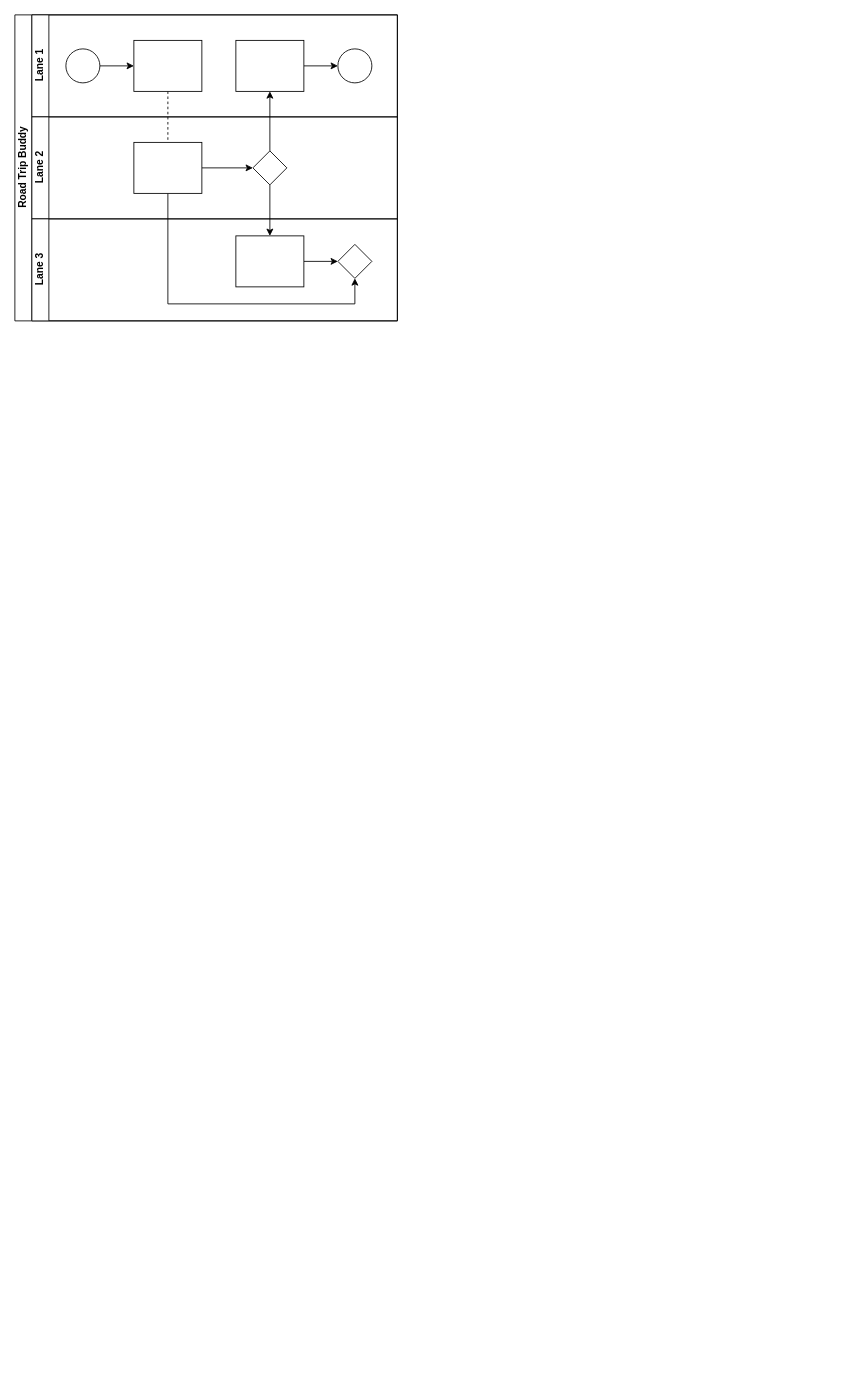
The draw.io diagram Road Trip Buddy v1.drawio in jak1212/RoadTripBuddy, before the edit. Source tidied: cells renumbered, new cells numbered last; positions are measured from the earlier drawing's top-left corner, leaving out a move shared by most shapes. Both pictures are drawn from the tidied source at 85%, with x=0, y=0 at pixel (14, 14).
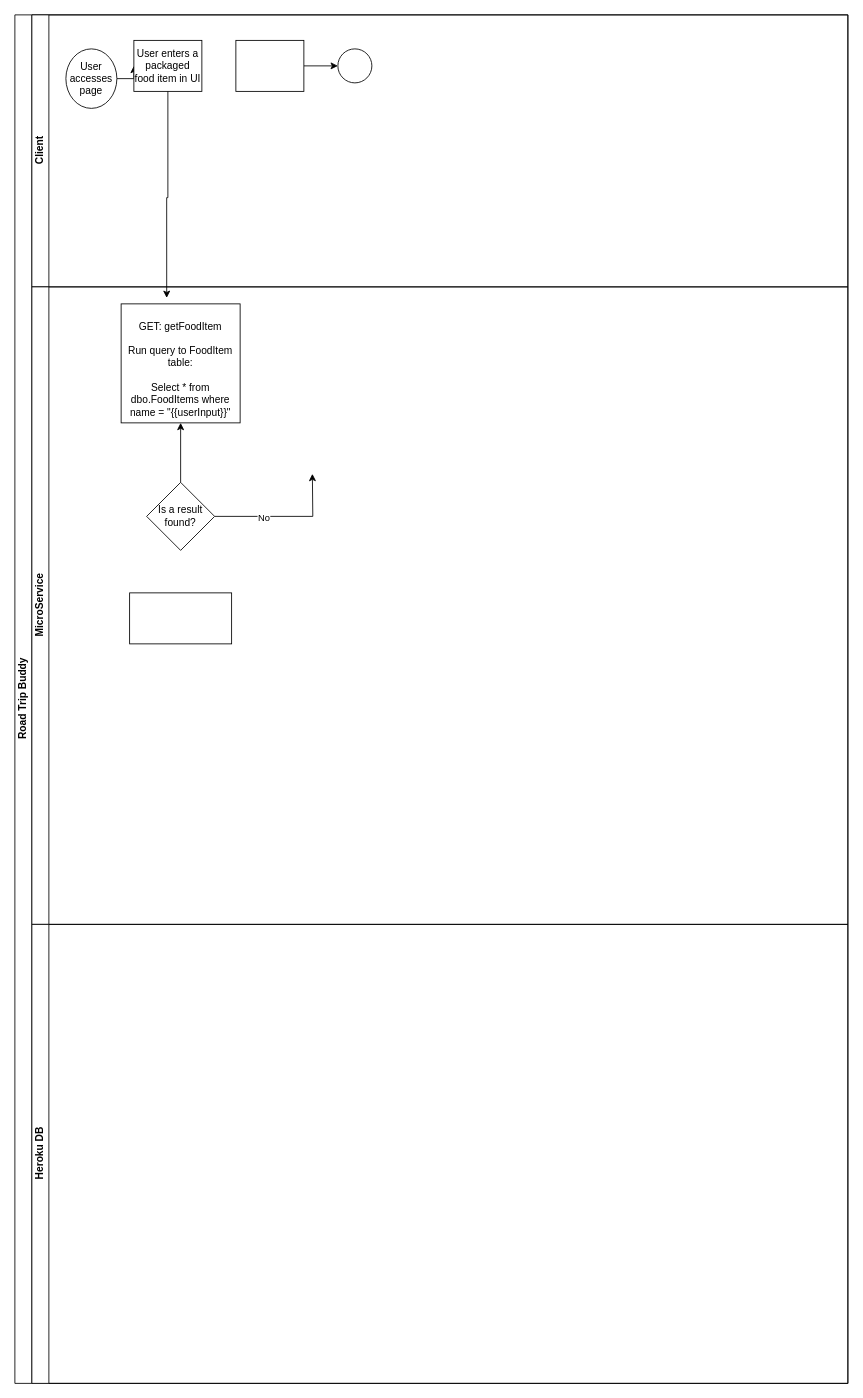
After the change.

Unchanged cells that the change refers to:
```xml
<mxCell id="12" style="rounded=0;whiteSpace=wrap;html=1;fontFamily=Helvetica;fontSize=12;fontColor=#000000;align=center;" parent="7" vertex="1">
  <mxGeometry x="240" y="30" width="80" height="60" as="geometry" />
</mxCell>
```

What changed in the source:
```diff
@@
     <mxCell id="2" value="Road Trip Buddy" style="swimlane;html=1;horizontal=0;startSize=20;" parent="1" vertex="1">
-      <mxGeometry width="450" height="360" as="geometry" />
+      <mxGeometry width="980" height="1610" as="geometry" />
     </mxCell>
-    <mxCell id="3" style="edgeStyle=orthogonalEdgeStyle;rounded=0;jettySize=auto;html=1;dashed=1;endArrow=none;endFill=0;" parent="2" edge="1" source="10" target="16">
-      <mxGeometry relative="1" as="geometry" />
-    </mxCell>
-    <mxCell id="4" style="edgeStyle=orthogonalEdgeStyle;rounded=0;jettySize=auto;html=1;endArrow=classic;endFill=1;" parent="2" edge="1" source="17" target="12">
-      <mxGeometry relative="1" as="geometry" />
-    </mxCell>
-    <mxCell id="5" style="edgeStyle=orthogonalEdgeStyle;rounded=0;jettySize=auto;html=1;endArrow=classic;endFill=1;" parent="2" edge="1" source="17" target="20">
-      <mxGeometry relative="1" as="geometry" />
-    </mxCell>
-    <mxCell id="6" style="edgeStyle=orthogonalEdgeStyle;rounded=0;jettySize=auto;html=1;endArrow=classic;endFill=1;" parent="2" edge="1" source="16" target="21">
-      <mxGeometry relative="1" as="geometry">
-        <Array as="points">
-          <mxPoint x="180" y="340" />
-          <mxPoint x="400" y="340" />
-        </Array>
-      </mxGeometry>
-    </mxCell>
-    <mxCell id="7" value="Lane 1" style="swimlane;html=1;startSize=20;horizontal=0;" parent="2" vertex="1">
-      <mxGeometry x="20" width="430" height="120" as="geometry" />
+    <mxCell id="7" value="Client" style="swimlane;html=1;startSize=20;horizontal=0;" parent="2" vertex="1">
+      <mxGeometry x="20" width="960" height="320" as="geometry" />
     </mxCell>
@@
-    <mxCell id="9" style="ellipse;whiteSpace=wrap;html=1;" parent="7" vertex="1">
-      <mxGeometry x="40" y="40" width="40" height="40" as="geometry" />
+    <mxCell id="9" value="User accesses page" style="ellipse;whiteSpace=wrap;html=1;" parent="7" vertex="1">
+      <mxGeometry x="40" y="40" width="60" height="70" as="geometry" />
     </mxCell>
-    <mxCell id="10" style="rounded=0;whiteSpace=wrap;html=1;fontFamily=Helvetica;fontSize=12;fontColor=#000000;align=center;" parent="7" vertex="1">
+    <mxCell id="10" value="User enters a packaged food item in UI" style="rounded=0;whiteSpace=wrap;html=1;fontFamily=Helvetica;fontSize=12;fontColor=#000000;align=center;" parent="7" vertex="1">
       <mxGeometry x="120" y="30" width="80" height="60" as="geometry" />
     </mxCell>
@@
-    <mxCell id="14" value="Lane 2" style="swimlane;html=1;startSize=20;horizontal=0;" parent="2" vertex="1">
-      <mxGeometry x="20" y="120" width="430" height="120" as="geometry" />
+    <mxCell id="14" value="MicroService" style="swimlane;html=1;startSize=20;horizontal=0;" parent="2" vertex="1">
+      <mxGeometry x="20" y="320" width="960" height="750" as="geometry" />
     </mxCell>
-    <mxCell id="15" style="edgeStyle=orthogonalEdgeStyle;rounded=0;jettySize=auto;html=1;endArrow=classic;endFill=1;" parent="14" edge="1" source="16" target="17">
-      <mxGeometry relative="1" as="geometry" />
-    </mxCell>
-    <mxCell id="16" style="rounded=0;whiteSpace=wrap;html=1;fontFamily=Helvetica;fontSize=12;fontColor=#000000;align=center;" parent="14" vertex="1">
-      <mxGeometry x="120" y="30" width="80" height="60" as="geometry" />
-    </mxCell>
-    <mxCell id="17" style="rhombus;whiteSpace=wrap;html=1;fontFamily=Helvetica;fontSize=12;fontColor=#000000;align=center;" parent="14" vertex="1">
-      <mxGeometry x="260" y="40" width="40" height="40" as="geometry" />
-    </mxCell>
+    <mxCell id="22" style="edgeStyle=orthogonalEdgeStyle;rounded=0;jettySize=auto;html=1;" parent="14" edge="1" source="25" target="26">
+      <mxGeometry relative="1" as="geometry" />
+    </mxCell>
+    <mxCell id="23" style="edgeStyle=orthogonalEdgeStyle;rounded=0;jettySize=auto;html=1;" parent="14" edge="1" source="25">
+      <mxGeometry relative="1" as="geometry">
+        <mxPoint x="330" y="220" as="targetPoint" />
+      </mxGeometry>
+    </mxCell>
+    <mxCell id="24" value="No" style="edgeLabel;html=1;align=center;verticalAlign=middle;" parent="23" vertex="1">
+      <mxGeometry x="-0.31" y="-1" relative="1" as="geometry" />
+    </mxCell>
+    <mxCell id="25" value="Is a result found?" style="rhombus;whiteSpace=wrap;html=1;" parent="14" vertex="1">
+      <mxGeometry x="135" y="230" width="80" height="80" as="geometry" />
+    </mxCell>
+    <mxCell id="26" value="&lt;br&gt;GET: getFoodItem&lt;br&gt;&lt;br&gt;Run query to FoodItem table:&lt;br&gt;&lt;br&gt;Select * from dbo.FoodItems where name = &quot;{{userInput}}&quot;" style="whiteSpace=wrap;html=1;" parent="14" vertex="1">
+      <mxGeometry x="105" y="20" width="140" height="140" as="geometry" />
+    </mxCell>
+    <mxCell id="27" style="rounded=0;whiteSpace=wrap;html=1;" parent="14" vertex="1">
+      <mxGeometry x="115" y="360" width="120" height="60" as="geometry" />
+    </mxCell>
-    <mxCell id="18" value="Lane 3" style="swimlane;html=1;startSize=20;horizontal=0;" parent="2" vertex="1">
-      <mxGeometry x="20" y="240" width="430" height="120" as="geometry" />
+    <mxCell id="18" value="Heroku DB" style="swimlane;html=1;startSize=20;horizontal=0;" parent="2" vertex="1">
+      <mxGeometry x="20" y="1070" width="960" height="540" as="geometry" />
     </mxCell>
-    <mxCell id="19" style="edgeStyle=orthogonalEdgeStyle;rounded=0;jettySize=auto;html=1;endArrow=classic;endFill=1;" parent="18" edge="1" source="20" target="21">
-      <mxGeometry relative="1" as="geometry" />
-    </mxCell>
-    <mxCell id="20" style="rounded=0;whiteSpace=wrap;html=1;fontFamily=Helvetica;fontSize=12;fontColor=#000000;align=center;" parent="18" vertex="1">
-      <mxGeometry x="240" y="20" width="80" height="60" as="geometry" />
-    </mxCell>
-    <mxCell id="21" style="rhombus;whiteSpace=wrap;html=1;fontFamily=Helvetica;fontSize=12;fontColor=#000000;align=center;" parent="18" vertex="1">
-      <mxGeometry x="360" y="30" width="40" height="40" as="geometry" />
-    </mxCell>
+    <mxCell id="28" style="edgeStyle=orthogonalEdgeStyle;rounded=0;jettySize=auto;html=1;entryX=0.383;entryY=-0.05;entryDx=0;entryDy=0;entryPerimeter=0;" parent="2" edge="1" source="10" target="26">
+      <mxGeometry relative="1" as="geometry" />
+    </mxCell>
```
